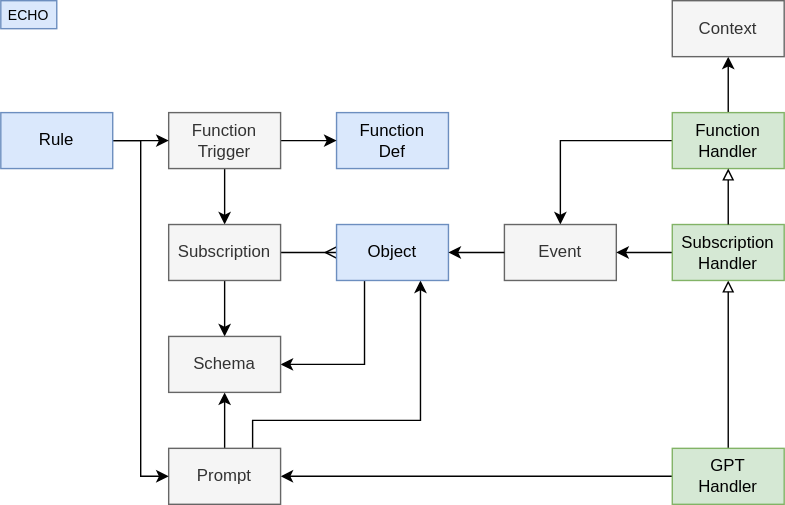
Before: packages/core/functions/docs/functions.drawio.svg, a diagram exported from draw.io (dxos/dxos). Source tidied: cells renumbered, new cells last; positions are measured from the earlier drawing's top-left corner, leaving out a move shared by most shapes. Source of this version:
```xml
<mxGraphModel>
  <root>
    <mxCell id="0" />
    <mxCell id="1" parent="0" />
    <mxCell id="2" value="Function&lt;br&gt;Def" style="rounded=0;whiteSpace=wrap;html=1;fillColor=#dae8fc;strokeColor=#6c8ebf;" parent="1" vertex="1">
      <mxGeometry x="240" y="80" width="80" height="40" as="geometry" />
    </mxCell>
    <mxCell id="3" style="edgeStyle=none;html=1;" parent="1" edge="1" source="5" target="2">
      <mxGeometry relative="1" as="geometry" />
    </mxCell>
    <mxCell id="4" style="edgeStyle=none;rounded=0;html=1;exitX=0.5;exitY=1;exitDx=0;exitDy=0;fontSize=10;endArrow=classic;endFill=1;" parent="1" edge="1" source="5" target="23">
      <mxGeometry relative="1" as="geometry" />
    </mxCell>
    <mxCell id="5" value="Function&lt;br&gt;Trigger" style="rounded=0;whiteSpace=wrap;html=1;fillColor=#f5f5f5;strokeColor=#666666;fontColor=#333333;" parent="1" vertex="1">
      <mxGeometry x="120" y="80" width="80" height="40" as="geometry" />
    </mxCell>
    <mxCell id="6" style="edgeStyle=none;html=1;exitX=0.5;exitY=0;exitDx=0;exitDy=0;" parent="1" edge="1" source="8" target="10">
      <mxGeometry relative="1" as="geometry" />
    </mxCell>
    <mxCell id="7" style="edgeStyle=none;html=1;rounded=0;" parent="1" edge="1" source="8" target="9">
      <mxGeometry relative="1" as="geometry">
        <Array as="points">
          <mxPoint x="400" y="100" />
        </Array>
      </mxGeometry>
    </mxCell>
    <mxCell id="8" value="Function&lt;br&gt;Handler" style="rounded=0;whiteSpace=wrap;html=1;fillColor=#d5e8d4;strokeColor=#82b366;" parent="1" vertex="1">
      <mxGeometry x="480" y="80" width="80" height="40" as="geometry" />
    </mxCell>
    <mxCell id="9" value="Event" style="rounded=0;whiteSpace=wrap;html=1;fillColor=#f5f5f5;fontColor=#333333;strokeColor=#666666;" parent="1" vertex="1">
      <mxGeometry x="360" y="160" width="80" height="40" as="geometry" />
    </mxCell>
    <mxCell id="10" value="Context" style="rounded=0;whiteSpace=wrap;html=1;fillColor=#f5f5f5;fontColor=#333333;strokeColor=#666666;" parent="1" vertex="1">
      <mxGeometry x="480" width="80" height="40" as="geometry" />
    </mxCell>
    <mxCell id="11" style="edgeStyle=none;html=1;exitX=0.5;exitY=0;exitDx=0;exitDy=0;endArrow=block;endFill=0;" parent="1" edge="1" source="13" target="29">
      <mxGeometry relative="1" as="geometry" />
    </mxCell>
    <mxCell id="12" style="edgeStyle=none;html=1;exitX=0;exitY=0.5;exitDx=0;exitDy=0;endArrow=classic;endFill=1;" parent="1" edge="1" source="13" target="16">
      <mxGeometry relative="1" as="geometry" />
    </mxCell>
    <mxCell id="13" value="GPT&lt;br&gt;Handler" style="rounded=0;whiteSpace=wrap;html=1;fillColor=#d5e8d4;strokeColor=#82b366;" parent="1" vertex="1">
      <mxGeometry x="480" y="320" width="80" height="40" as="geometry" />
    </mxCell>
    <mxCell id="14" style="edgeStyle=none;rounded=0;html=1;exitX=0.5;exitY=0;exitDx=0;exitDy=0;fontSize=10;endArrow=classic;endFill=1;" parent="1" edge="1" source="16" target="26">
      <mxGeometry relative="1" as="geometry" />
    </mxCell>
    <mxCell id="15" style="edgeStyle=none;rounded=0;html=1;exitX=0.75;exitY=0;exitDx=0;exitDy=0;fontSize=10;endArrow=classic;endFill=1;entryX=0.75;entryY=1;entryDx=0;entryDy=0;" parent="1" edge="1" source="16" target="25">
      <mxGeometry relative="1" as="geometry">
        <Array as="points">
          <mxPoint x="180" y="300" />
          <mxPoint x="300" y="300" />
        </Array>
      </mxGeometry>
    </mxCell>
    <mxCell id="16" value="Prompt" style="rounded=0;whiteSpace=wrap;html=1;fillColor=#f5f5f5;strokeColor=#666666;fontColor=#333333;" parent="1" vertex="1">
      <mxGeometry x="120" y="320" width="80" height="40" as="geometry" />
    </mxCell>
    <mxCell id="17" value="ECHO" style="rounded=0;whiteSpace=wrap;html=1;fillColor=#dae8fc;strokeColor=#6c8ebf;fontSize=10;" parent="1" vertex="1">
      <mxGeometry width="40" height="20" as="geometry" />
    </mxCell>
    <mxCell id="18" style="edgeStyle=none;html=1;exitX=1;exitY=0.5;exitDx=0;exitDy=0;fontSize=10;endArrow=classic;endFill=1;" parent="1" edge="1" source="20" target="5">
      <mxGeometry relative="1" as="geometry" />
    </mxCell>
    <mxCell id="19" style="edgeStyle=none;html=1;exitX=1;exitY=0.5;exitDx=0;exitDy=0;entryX=0;entryY=0.5;entryDx=0;entryDy=0;fontSize=10;endArrow=classic;endFill=1;rounded=0;" parent="1" edge="1" source="20" target="16">
      <mxGeometry relative="1" as="geometry">
        <Array as="points">
          <mxPoint x="100" y="100" />
          <mxPoint x="100" y="340" />
        </Array>
      </mxGeometry>
    </mxCell>
    <mxCell id="20" value="Rule" style="rounded=0;whiteSpace=wrap;html=1;fillColor=#dae8fc;strokeColor=#6c8ebf;" parent="1" vertex="1">
      <mxGeometry y="80" width="80" height="40" as="geometry" />
    </mxCell>
    <mxCell id="21" style="edgeStyle=none;rounded=0;html=1;exitX=1;exitY=0.5;exitDx=0;exitDy=0;fontSize=10;endArrow=ERmany;endFill=0;" parent="1" edge="1" source="23" target="25">
      <mxGeometry relative="1" as="geometry" />
    </mxCell>
    <mxCell id="22" style="edgeStyle=none;rounded=0;html=1;exitX=0.5;exitY=1;exitDx=0;exitDy=0;fontSize=10;endArrow=classic;endFill=1;" parent="1" edge="1" source="23" target="26">
      <mxGeometry relative="1" as="geometry" />
    </mxCell>
    <mxCell id="23" value="Subscription" style="rounded=0;whiteSpace=wrap;html=1;fillColor=#f5f5f5;strokeColor=#666666;fontColor=#333333;" parent="1" vertex="1">
      <mxGeometry x="120" y="160" width="80" height="40" as="geometry" />
    </mxCell>
    <mxCell id="24" style="edgeStyle=none;rounded=0;html=1;exitX=0.25;exitY=1;exitDx=0;exitDy=0;entryX=1;entryY=0.5;entryDx=0;entryDy=0;fontSize=10;endArrow=classic;endFill=1;" parent="1" edge="1" source="25" target="26">
      <mxGeometry relative="1" as="geometry">
        <Array as="points">
          <mxPoint x="260" y="260" />
        </Array>
      </mxGeometry>
    </mxCell>
    <mxCell id="25" value="Object" style="rounded=0;whiteSpace=wrap;html=1;fillColor=#dae8fc;strokeColor=#6c8ebf;" parent="1" vertex="1">
      <mxGeometry x="240" y="160" width="80" height="40" as="geometry" />
    </mxCell>
    <mxCell id="26" value="Schema" style="rounded=0;whiteSpace=wrap;html=1;fillColor=#f5f5f5;strokeColor=#666666;fontColor=#333333;" parent="1" vertex="1">
      <mxGeometry x="120" y="240" width="80" height="40" as="geometry" />
    </mxCell>
    <mxCell id="27" style="edgeStyle=none;rounded=0;html=1;fontSize=10;endArrow=classic;endFill=1;" parent="1" edge="1" source="9" target="25">
      <mxGeometry relative="1" as="geometry" />
    </mxCell>
    <mxCell id="28" style="edgeStyle=none;rounded=0;html=1;exitX=0;exitY=0.5;exitDx=0;exitDy=0;fontSize=10;endArrow=classic;endFill=1;" parent="1" edge="1" source="29" target="9">
      <mxGeometry relative="1" as="geometry" />
    </mxCell>
    <mxCell id="29" value="Subscription&lt;br&gt;Handler" style="rounded=0;whiteSpace=wrap;html=1;fillColor=#d5e8d4;strokeColor=#82b366;" parent="1" vertex="1">
      <mxGeometry x="480" y="160" width="80" height="40" as="geometry" />
    </mxCell>
    <mxCell id="30" style="edgeStyle=none;html=1;endArrow=block;endFill=0;" parent="1" edge="1" source="29" target="8">
      <mxGeometry relative="1" as="geometry" />
    </mxCell>
  </root>
</mxGraphModel>
```
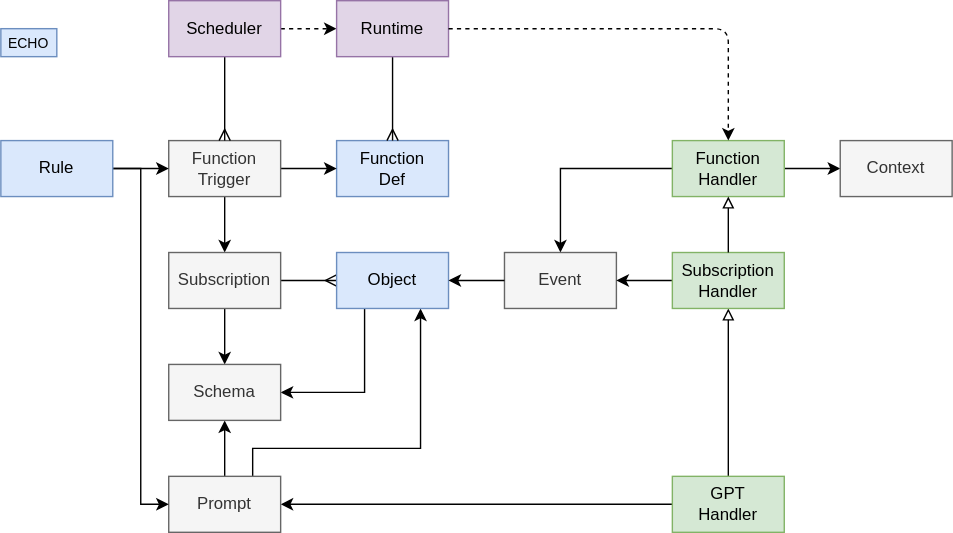
The same diagram one commit later.

Diff of the diagram source:
```diff
@@ -14,7 +14,7 @@
     <mxCell id="5" value="Function&lt;br&gt;Trigger" style="rounded=0;whiteSpace=wrap;html=1;fillColor=#f5f5f5;strokeColor=#666666;fontColor=#333333;" parent="1" vertex="1">
       <mxGeometry x="120" y="80" width="80" height="40" as="geometry" />
     </mxCell>
-    <mxCell id="6" style="edgeStyle=none;html=1;exitX=0.5;exitY=0;exitDx=0;exitDy=0;" parent="1" edge="1" source="8" target="10">
+    <mxCell id="6" style="edgeStyle=none;html=1;" parent="1" edge="1" source="8" target="10">
       <mxGeometry relative="1" as="geometry" />
     </mxCell>
     <mxCell id="7" style="edgeStyle=none;html=1;rounded=0;" parent="1" edge="1" source="8" target="9">
@@ -31,7 +31,7 @@
       <mxGeometry x="360" y="160" width="80" height="40" as="geometry" />
     </mxCell>
     <mxCell id="10" value="Context" style="rounded=0;whiteSpace=wrap;html=1;fillColor=#f5f5f5;fontColor=#333333;strokeColor=#666666;" parent="1" vertex="1">
-      <mxGeometry x="480" width="80" height="40" as="geometry" />
+      <mxGeometry x="600" y="80" width="80" height="40" as="geometry" />
     </mxCell>
     <mxCell id="11" style="edgeStyle=none;html=1;exitX=0.5;exitY=0;exitDx=0;exitDy=0;endArrow=block;endFill=0;" parent="1" edge="1" source="13" target="29">
       <mxGeometry relative="1" as="geometry" />
@@ -107,5 +107,27 @@
     <mxCell id="30" style="edgeStyle=none;html=1;endArrow=block;endFill=0;" parent="1" edge="1" source="29" target="8">
       <mxGeometry relative="1" as="geometry" />
     </mxCell>
+    <mxCell id="31" style="edgeStyle=none;html=1;exitX=0.5;exitY=1;exitDx=0;exitDy=0;endArrow=ERmany;endFill=0;" parent="1" edge="1" source="33" target="5">
+      <mxGeometry relative="1" as="geometry" />
+    </mxCell>
+    <mxCell id="32" style="edgeStyle=none;html=1;exitX=1;exitY=0.5;exitDx=0;exitDy=0;dashed=1;" parent="1" edge="1" source="33" target="35">
+      <mxGeometry relative="1" as="geometry" />
+    </mxCell>
+    <mxCell id="33" value="Scheduler" style="rounded=0;whiteSpace=wrap;html=1;fillColor=#e1d5e7;strokeColor=#9673a6;" parent="1" vertex="1">
+      <mxGeometry x="120" y="-20" width="80" height="40" as="geometry" />
+    </mxCell>
+    <mxCell id="34" style="edgeStyle=none;html=1;exitX=0.5;exitY=1;exitDx=0;exitDy=0;endArrow=ERmany;endFill=0;" parent="1" edge="1" source="35" target="2">
+      <mxGeometry relative="1" as="geometry" />
+    </mxCell>
+    <mxCell id="35" value="Runtime" style="rounded=0;whiteSpace=wrap;html=1;fillColor=#e1d5e7;strokeColor=#9673a6;" parent="1" vertex="1">
+      <mxGeometry x="240" y="-20" width="80" height="40" as="geometry" />
+    </mxCell>
+    <mxCell id="36" style="edgeStyle=none;html=1;exitX=1;exitY=0.5;exitDx=0;exitDy=0;dashed=1;entryX=0.5;entryY=0;entryDx=0;entryDy=0;" parent="1" edge="1" source="35" target="8">
+      <mxGeometry relative="1" as="geometry">
+        <Array as="points">
+          <mxPoint x="520" />
+        </Array>
+      </mxGeometry>
+    </mxCell>
   </root>
 </mxGraphModel>
```
